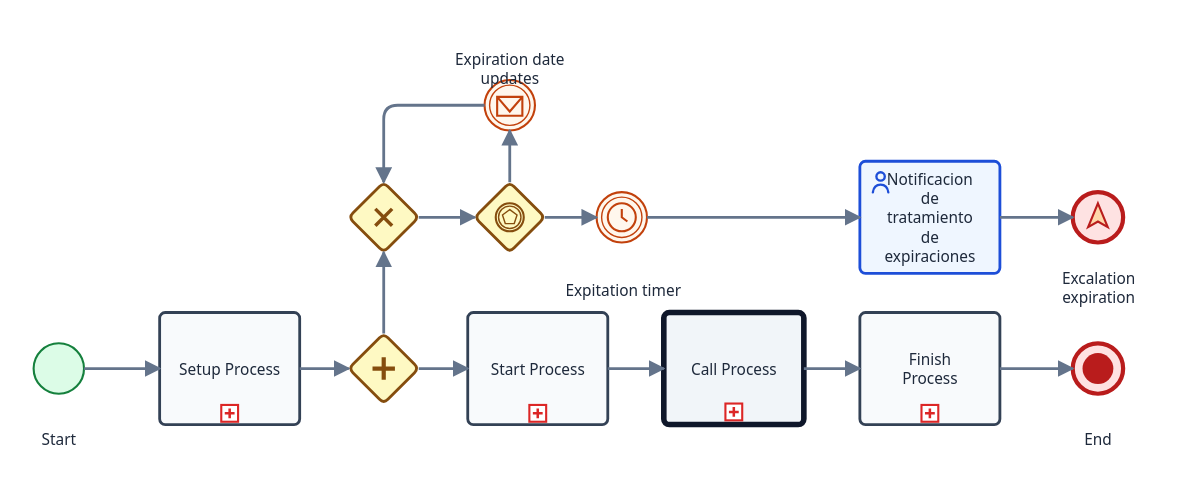
Before: operations/133_Create Business Process.svg, a diagram exported from BPMN (acarvajalperez/bpmn-diagrams). Its source is kept beside it as operations/133_Create Business Process.bpmn. Ids are renumbered.
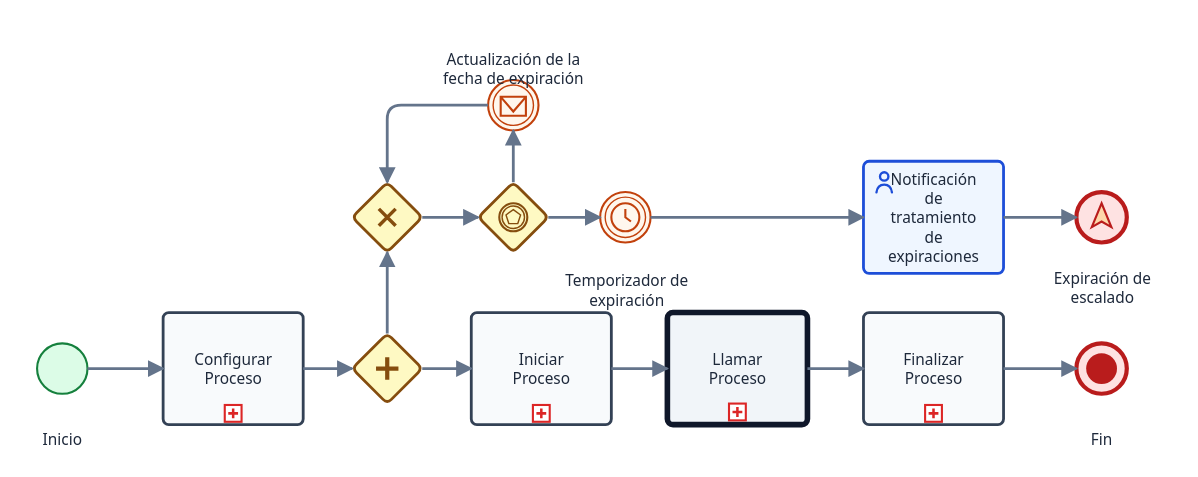
The same file after the commit.

Diff of the diagram source:
```diff
@@ -1,6 +1,6 @@
 <bpmn:definitions xmlns:bpmn="http://www.omg.org/spec/BPMN/20100524/MODEL" xmlns:bpmndi="http://www.omg.org/spec/BPMN/20100524/DI" xmlns:dc="http://www.omg.org/spec/DD/20100524/DC" xmlns:zeebe="http://camunda.org/schema/zeebe/1.0" xmlns:bioc="http://bpmn.io/schema/bpmn/biocolor/1.0" xmlns:color="http://www.omg.org/spec/BPMN/non-normative/color/1.0" xmlns:xsi="http://www.w3.org/2001/XMLSchema-instance" xmlns:di="http://www.omg.org/spec/DD/20100524/DI" xmlns:modeler="http://camunda.org/schema/modeler/1.0" id="Definitions_1" targetNamespace="http://bpmn.io/schema/bpmn" exporter="Camunda Modeler" exporterVersion="5.51.1" modeler:executionPlatform="Camunda Cloud" modeler:executionPlatformVersion="8.8.0">
-  <bpmn:process id="process-create-business-process" name="Create Business Process" isExecutable="true">
-    <bpmn:callActivity id="activity-call-process" name="Call Process">
+  <bpmn:process id="process-create-business-process" name="Crear Proceso de Negocio" isExecutable="true">
+    <bpmn:callActivity id="activity-call-process" name="Llamar Proceso">
       <bpmn:extensionElements>
         <zeebe:calledElement processId="=process_definition" propagateAllChildVariables="false" propagateAllParentVariables="false" />
         <zeebe:ioMapping>
@@ -11,35 +11,35 @@
       <bpmn:incoming>Flow_n1</bpmn:incoming>
       <bpmn:outgoing>Flow_n2</bpmn:outgoing>
     </bpmn:callActivity>
-    <bpmn:endEvent id="Event_n3" name="Excalation expiration">
+    <bpmn:endEvent id="Event_n3" name="Expiración de escalado">
       <bpmn:incoming>Flow_n4</bpmn:incoming>
       <bpmn:escalationEventDefinition id="EscalationEventDefinition_n5" escalationRef="Escalation_n6" />
     </bpmn:endEvent>
-    <bpmn:intermediateCatchEvent id="Event_n7" name="Expiration date updates">
+    <bpmn:intermediateCatchEvent id="Event_n7" name="Actualización de la fecha de expiración">
       <bpmn:incoming>Flow_n8</bpmn:incoming>
       <bpmn:outgoing>Flow_n9</bpmn:outgoing>
       <bpmn:messageEventDefinition id="MessageEventDefinition_n10" messageRef="Message_n11" />
     </bpmn:intermediateCatchEvent>
-    <bpmn:intermediateCatchEvent id="Event_n12" name="Expitation timer">
+    <bpmn:intermediateCatchEvent id="Event_n12" name="Temporizador de expiración">
       <bpmn:incoming>Flow_n13</bpmn:incoming>
       <bpmn:outgoing>Flow_n14</bpmn:outgoing>
       <bpmn:timerEventDefinition id="TimerEventDefinition_n15">
         <bpmn:timeDuration xsi:type="bpmn:tFormalExpression">=control.expirationTime</bpmn:timeDuration>
       </bpmn:timerEventDefinition>
     </bpmn:intermediateCatchEvent>
-    <bpmn:subProcess id="subprocess-finish-process" name="Finish Process">
+    <bpmn:subProcess id="subprocess-finish-process" name="Finalizar Proceso">
       <bpmn:incoming>Flow_n2</bpmn:incoming>
       <bpmn:outgoing>Flow_n16</bpmn:outgoing>
-      <bpmn:endEvent id="Event_n17" name="End">
+      <bpmn:endEvent id="Event_n17" name="Fin">
         <bpmn:incoming>Flow_n18</bpmn:incoming>
       </bpmn:endEvent>
-      <bpmn:task id="activity-finish" name="Finish Process">
+      <bpmn:task id="activity-finish" name="Finalizar Proceso">
         <bpmn:incoming>Flow_n19</bpmn:incoming>
         <bpmn:outgoing>Flow_n18</bpmn:outgoing>
       </bpmn:task>
       <bpmn:sequenceFlow id="Flow_n19" sourceRef="Event_n20" targetRef="activity-finish" />
       <bpmn:sequenceFlow id="Flow_n18" sourceRef="activity-finish" targetRef="Event_n17" />
-      <bpmn:startEvent id="Event_n20" name="Start">
+      <bpmn:startEvent id="Event_n20" name="Inicio">
         <bpmn:outgoing>Flow_n19</bpmn:outgoing>
       </bpmn:startEvent>
     </bpmn:subProcess>
@@ -70,39 +70,39 @@
       <bpmn:incoming>Flow_n9</bpmn:incoming>
       <bpmn:outgoing>Flow_n23</bpmn:outgoing>
     </bpmn:exclusiveGateway>
-    <bpmn:userTask id="Activity_n26" name="Notificacion de tratamiento de expiraciones">
+    <bpmn:userTask id="Activity_n26" name="Notificación de tratamiento de expiraciones">
       <bpmn:extensionElements>
         <zeebe:userTask />
       </bpmn:extensionElements>
       <bpmn:incoming>Flow_n14</bpmn:incoming>
       <bpmn:outgoing>Flow_n4</bpmn:outgoing>
     </bpmn:userTask>
-    <bpmn:subProcess id="subprocess-setup-process" name="Setup Process">
+    <bpmn:subProcess id="subprocess-setup-process" name="Configurar Proceso">
       <bpmn:extensionElements />
       <bpmn:incoming>Flow_n29</bpmn:incoming>
       <bpmn:outgoing>Flow_n27</bpmn:outgoing>
-      <bpmn:endEvent id="Event_n30" name="End">
+      <bpmn:endEvent id="Event_n30" name="Fin">
         <bpmn:extensionElements />
         <bpmn:incoming>Flow_n31</bpmn:incoming>
       </bpmn:endEvent>
       <bpmn:sequenceFlow id="Flow_n32" sourceRef="activity-setup-process" targetRef="activity-get-process-info" />
       <bpmn:sequenceFlow id="Flow_n33" sourceRef="Event_n34" targetRef="activity-setup-process" />
       <bpmn:sequenceFlow id="Flow_n31" sourceRef="activity-get-process-info" targetRef="Event_n30" />
-      <bpmn:scriptTask id="activity-get-process-info" name="Get Process Init Info">
+      <bpmn:scriptTask id="activity-get-process-info" name="Obtener Información Inicial del Proceso">
         <bpmn:extensionElements>
           <zeebe:script expression="=result = &#34;Ok&#34;" resultVariable="result" />
         </bpmn:extensionElements>
         <bpmn:incoming>Flow_n32</bpmn:incoming>
         <bpmn:outgoing>Flow_n31</bpmn:outgoing>
       </bpmn:scriptTask>
-      <bpmn:scriptTask id="activity-setup-process" name="Init Context">
+      <bpmn:scriptTask id="activity-setup-process" name="Inicializar Contexto">
         <bpmn:extensionElements>
           <zeebe:script expression="=result = &#34;Ok&#34;" resultVariable="result" />
         </bpmn:extensionElements>
         <bpmn:incoming>Flow_n33</bpmn:incoming>
         <bpmn:outgoing>Flow_n32</bpmn:outgoing>
       </bpmn:scriptTask>
-      <bpmn:startEvent id="Event_n34" name="Start">
+      <bpmn:startEvent id="Event_n34" name="Inicio">
         <bpmn:extensionElements />
         <bpmn:outgoing>Flow_n33</bpmn:outgoing>
       </bpmn:startEvent>
@@ -111,28 +111,28 @@
       </bpmn:textAnnotation>
       <bpmn:association id="Association_n36" associationDirection="None" sourceRef="activity-setup-process" targetRef="TextAnnotation_n35" />
     </bpmn:subProcess>
-    <bpmn:startEvent id="StartEvent_1" name="Start">
+    <bpmn:startEvent id="StartEvent_1" name="Inicio">
       <bpmn:extensionElements />
       <bpmn:outgoing>Flow_n29</bpmn:outgoing>
     </bpmn:startEvent>
-    <bpmn:subProcess id="subprocess-start-process" name="Start Process">
+    <bpmn:subProcess id="subprocess-start-process" name="Iniciar Proceso">
       <bpmn:incoming>Flow_n21</bpmn:incoming>
       <bpmn:outgoing>Flow_n1</bpmn:outgoing>
-      <bpmn:endEvent id="Event_n37" name="End">
+      <bpmn:endEvent id="Event_n37" name="Fin">
         <bpmn:incoming>Flow_n38</bpmn:incoming>
       </bpmn:endEvent>
       <bpmn:sequenceFlow id="Flow_n38" sourceRef="activity-start-process-audit" targetRef="Event_n37" />
       <bpmn:sequenceFlow id="Flow_n39" sourceRef="Event_n40" targetRef="activity-start-process-audit" />
-      <bpmn:startEvent id="Event_n40" name="Start">
+      <bpmn:startEvent id="Event_n40" name="Inicio">
         <bpmn:outgoing>Flow_n39</bpmn:outgoing>
       </bpmn:startEvent>
-      <bpmn:task id="activity-start-process-audit" name="Start process audit">
+      <bpmn:task id="activity-start-process-audit" name="Iniciar Auditoría del Proceso">
         <bpmn:incoming>Flow_n39</bpmn:incoming>
         <bpmn:outgoing>Flow_n38</bpmn:outgoing>
       </bpmn:task>
     </bpmn:subProcess>
     <bpmn:sequenceFlow id="Flow_n16" sourceRef="subprocess-finish-process" targetRef="Event_n41" />
-    <bpmn:endEvent id="Event_n41" name="End">
+    <bpmn:endEvent id="Event_n41" name="Fin">
       <bpmn:incoming>Flow_n16</bpmn:incoming>
       <bpmn:terminateEventDefinition id="TerminateEventDefinition_n42" />
     </bpmn:endEvent>
```
